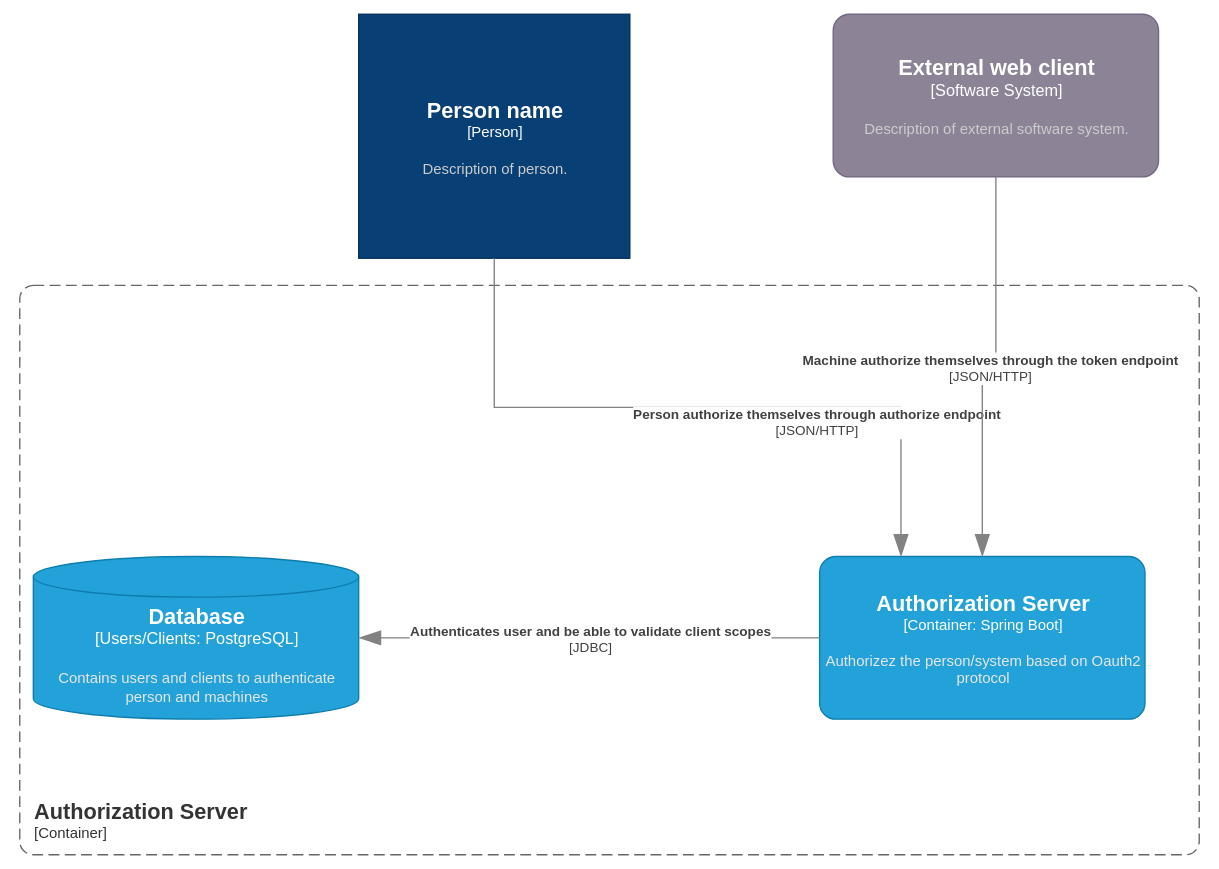
Before: docs/design/drawio/Container.svg, a diagram exported from draw.io (andyholst/drawward). Source tidied: cells renumbered, new cells last; positions are measured from the earlier drawing's top-left corner, leaving out a move shared by most shapes.
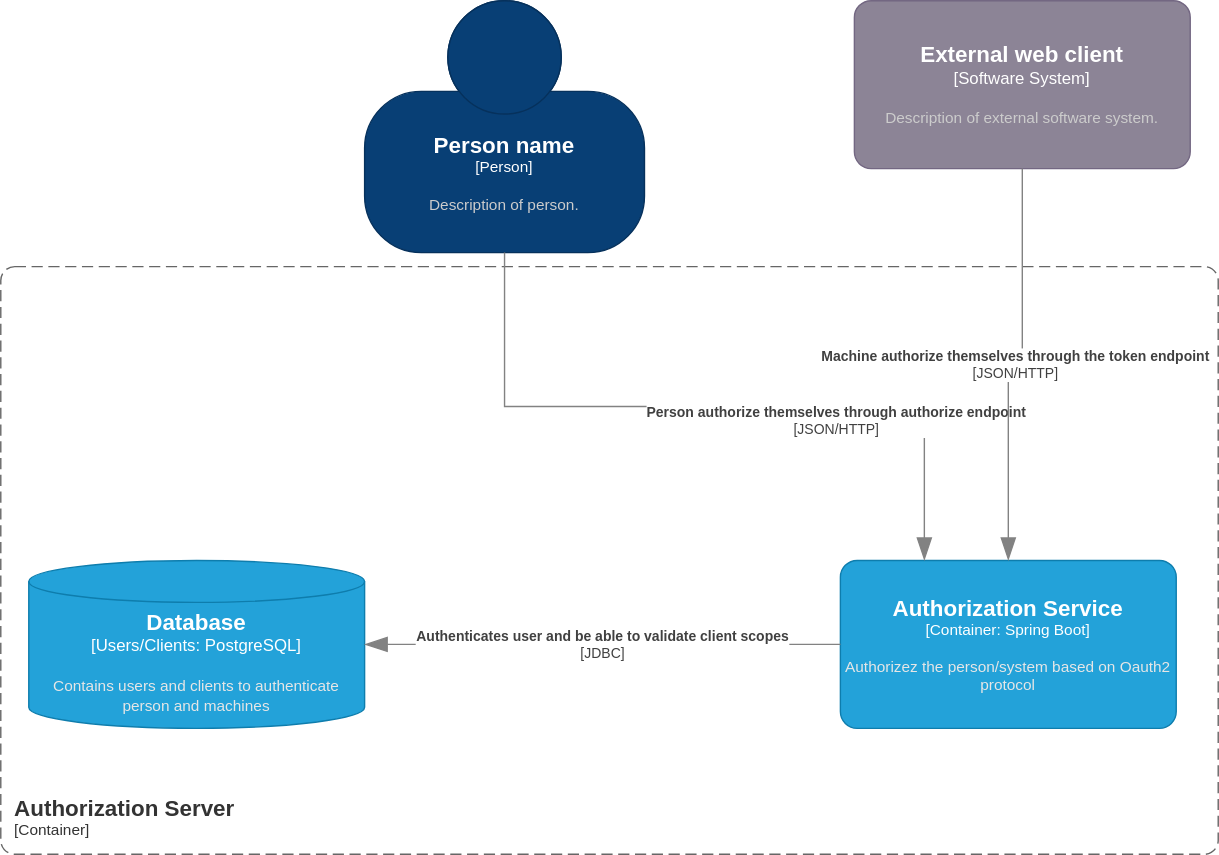
Above is the later version.

The edit, as a diff of the source:
```diff
@@ -4,10 +4,10 @@
     <mxCell id="1" parent="0" />
     <object id="2" label="&lt;font style=&quot;font-size: 16px&quot;&gt;&lt;b&gt;&lt;div style=&quot;text-align: left&quot;&gt;%c4Name%&lt;/div&gt;&lt;/b&gt;&lt;/font&gt;&lt;div style=&quot;text-align: left&quot;&gt;[%c4Application%]&lt;/div&gt;" c4Application="Container" c4Name="Authorization Server" c4Type="ContainerScopeBoundary" placeholders="1">
       <mxCell style="rounded=1;fontSize=11;whiteSpace=wrap;html=1;dashed=1;arcSize=20;fillColor=none;strokeColor=#666666;fontColor=#333333;labelBackgroundColor=none;align=left;verticalAlign=bottom;labelBorderColor=none;spacingTop=0;spacing=10;dashPattern=8 4;perimeter=rectanglePerimeter;noLabel=0;labelPadding=0;absoluteArcSize=1;" parent="1" vertex="1">
-        <mxGeometry y="200" width="870" height="420" as="geometry" />
+        <mxGeometry x="-10" y="190" width="870" height="420" as="geometry" />
       </mxCell>
     </object>
-    <object id="3" label="&lt;font style=&quot;font-size: 16px&quot;&gt;&lt;b&gt;%c4Name%&lt;/b&gt;&lt;/font&gt;&lt;div&gt;[%c4Type%: %c4Technology%]&lt;/div&gt;&lt;br&gt;&lt;div&gt;&lt;font style=&quot;font-size: 11px&quot;&gt;&lt;font color=&quot;#E6E6E6&quot;&gt;%c4Description%&lt;/font&gt;&lt;/div&gt;" c4Description="Authorizez the person/system based on Oauth2 protocol" c4Name="Authorization Server" c4Technology="Spring Boot" c4Type="Container" placeholders="1">
+    <object id="3" label="&lt;font style=&quot;font-size: 16px&quot;&gt;&lt;b&gt;%c4Name%&lt;/b&gt;&lt;/font&gt;&lt;div&gt;[%c4Type%: %c4Technology%]&lt;/div&gt;&lt;br&gt;&lt;div&gt;&lt;font style=&quot;font-size: 11px&quot;&gt;&lt;font color=&quot;#E6E6E6&quot;&gt;%c4Description%&lt;/font&gt;&lt;/div&gt;" c4Description="Authorizez the person/system based on Oauth2 protocol" c4Name="Authorization Service" c4Technology="Spring Boot" c4Type="Container" placeholders="1">
       <mxCell style="rounded=1;whiteSpace=wrap;html=1;fontSize=11;labelBackgroundColor=none;fillColor=#23A2D9;fontColor=#ffffff;align=center;arcSize=10;strokeColor=#0E7DAD;points=[[0.25,0,0],[0.5,0,0],[0.75,0,0],[1,0.25,0],[1,0.5,0],[1,0.75,0],[0.75,1,0],[0.5,1,0],[0.25,1,0],[0,0.75,0],[0,0.5,0],[0,0.25,0]];" parent="1" vertex="1">
         <mxGeometry x="590" y="400" width="240" height="120" as="geometry" />
       </mxCell>
```
